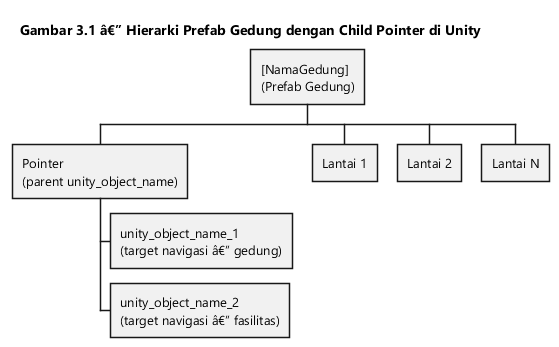
Jokskuyy/workflow-ta-proyek keeps this PlantUML diagram as diagrams/gambar-3-1-hierarki-prefab-unity.png. Above is the earlier version.
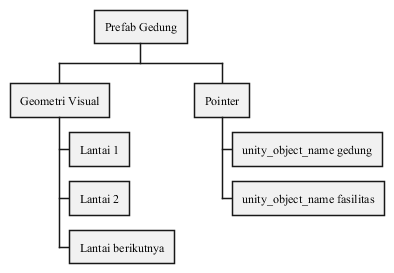
Later version of the same file.

The edit, as a diff of the source:
```diff
@@ -2,22 +2,21 @@
 
 skinparam backgroundColor #FFFFFF
 skinparam shadowing false
-skinparam defaultFontName "Segoe UI"
-skinparam defaultFontSize 13
+skinparam defaultFontName "Times New Roman"
+skinparam defaultFontSize 12
 skinparam wbsDiagram {
-  BackgroundColor #F2F2F2
+  BackgroundColor #F5F5F5
   BorderColor #555555
-  ArrowColor #444444
+  ArrowColor #3F3F3F
 }
 
-title Gambar 3.1 â€” Hierarki Prefab Gedung dengan Child Pointer di Unity
-
-* [NamaGedung]\n(Prefab Gedung)
-** Pointer\n(parent unity_object_name)
-*** unity_object_name_1\n(target navigasi â€” gedung)
-*** unity_object_name_2\n(target navigasi â€” fasilitas)
-** Lantai 1
-** Lantai 2
-** Lantai N
+* Prefab Gedung
+** Geometri Visual
+*** Lantai 1
+*** Lantai 2
+*** Lantai berikutnya
+** Pointer
+*** unity_object_name gedung
+*** unity_object_name fasilitas
 
 @endwbs
```
